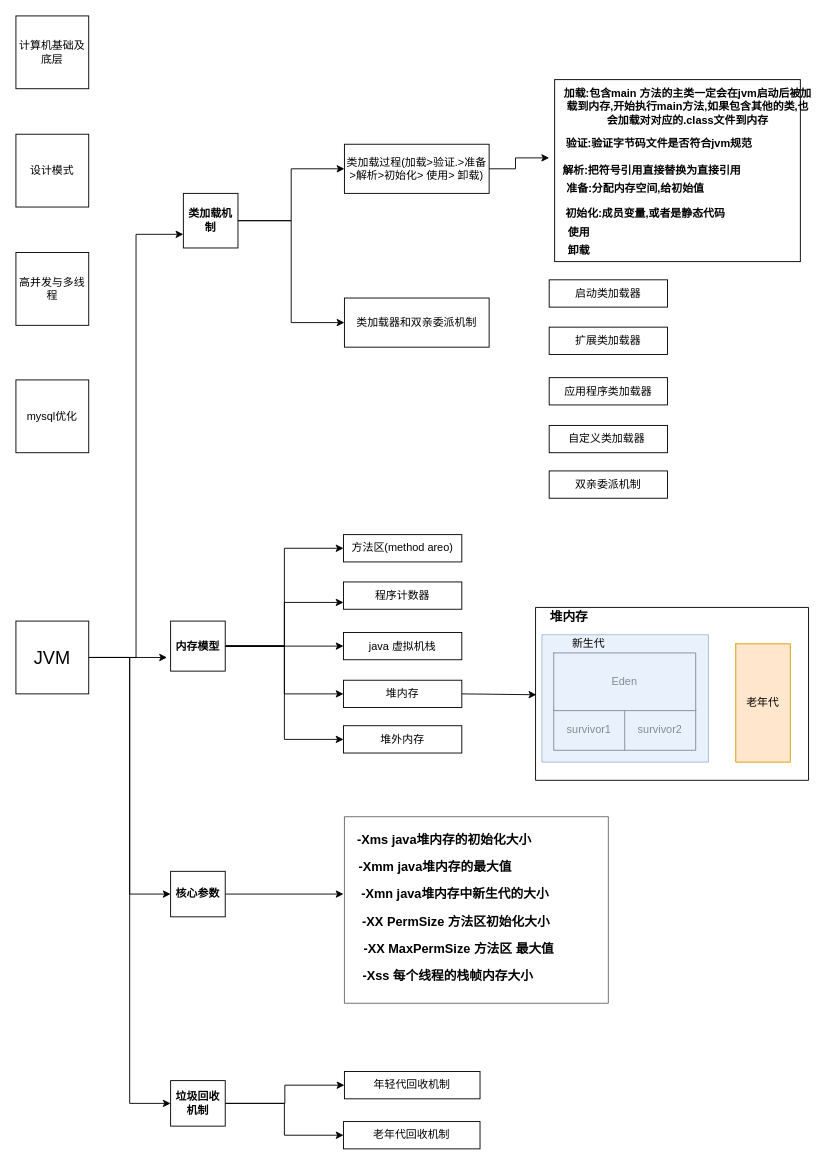
Before: 提纲.drawio in yuchunyi/test1, a draw.io diagram. Source tidied: cells renumbered, new cells numbered last; positions are measured from the earlier drawing's top-left corner, leaving out a move shared by most shapes. Both pictures are drawn from the tidied source at 91%, with x=0, y=0 at pixel (15, 15).
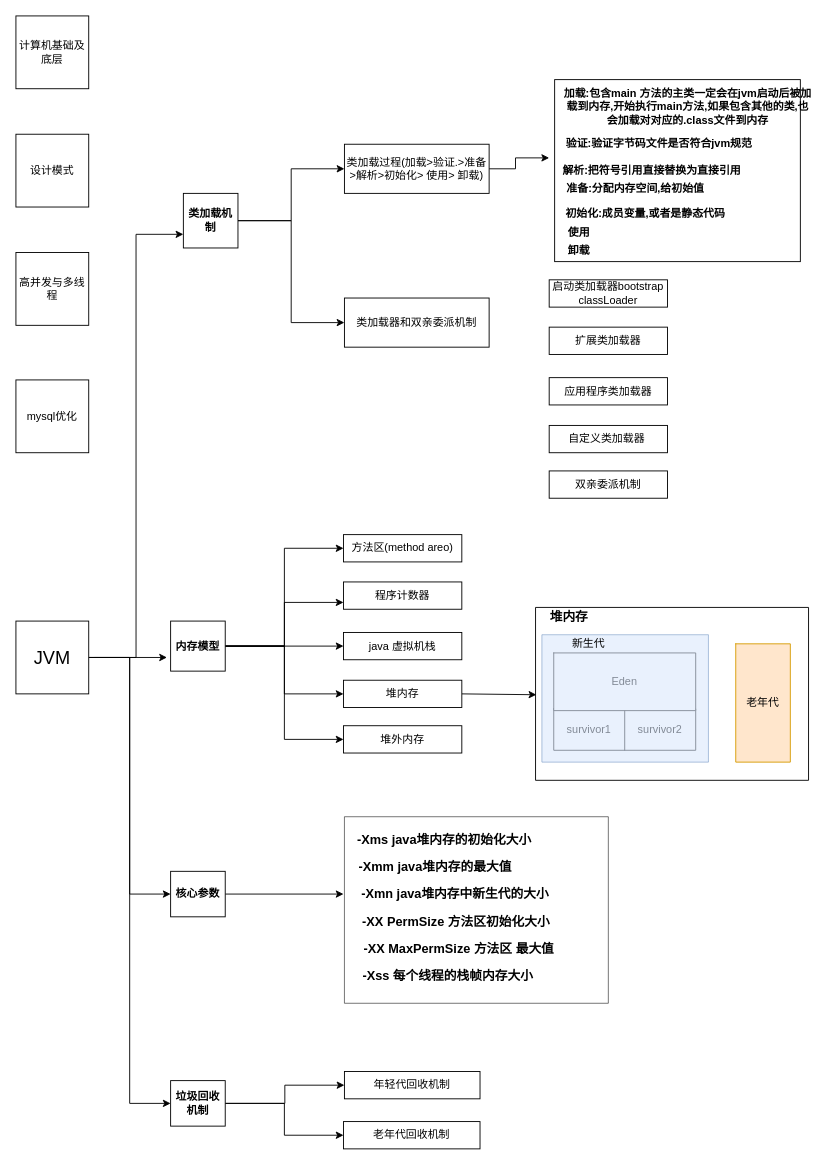
After the change.

Diff of the diagram source:
```diff
@@
-    <mxCell id="68" value="启动类加载器" style="rounded=0;whiteSpace=wrap;html=1;" parent="1" vertex="1">
+    <mxCell id="68" value="启动类加载器bootstrap classLoader" style="rounded=0;whiteSpace=wrap;html=1;" parent="1" vertex="1">
       <mxGeometry x="586" y="290" width="130" height="30" as="geometry" />
     </mxCell>
```
